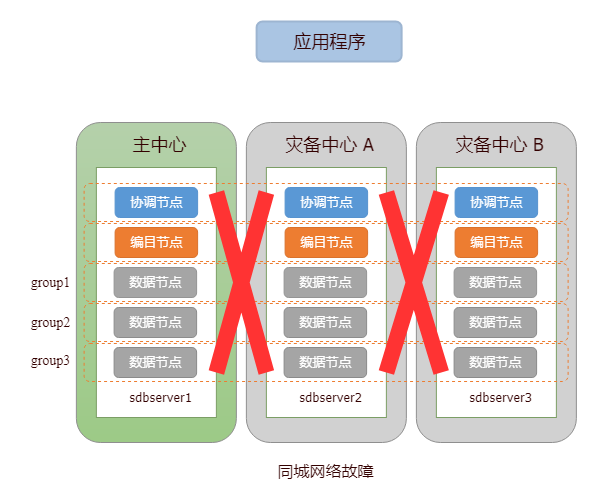
This is doc/src/images/Distributed_Engine/Maintainance/HA_DR/1c3d_network_down.png from Vivian-hihi/SequoiaDB, a draw.io export, as it was before one commit. Source tidied: cells renumbered, new cells last; positions are measured from the earlier drawing's top-left corner, leaving out a move shared by most shapes.
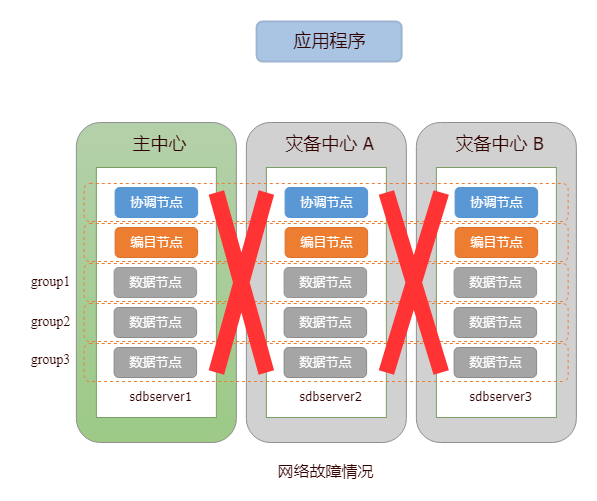
The same file after the commit.

Diff of the diagram source:
```diff
@@ -83,7 +83,7 @@
     <mxCell id="28" value="&lt;font color=&quot;#330000&quot; face=&quot;tahoma&quot; style=&quot;font-size: 18px&quot;&gt;&lt;span style=&quot;font-size: 18px&quot;&gt;&lt;span style=&quot;font-size: 18px&quot;&gt;灾备中心 B&lt;/span&gt;&lt;/span&gt;&lt;/font&gt;" style="text;html=1;align=center;verticalAlign=middle;fillColor=none;strokeColor=none;rounded=0;strokeWidth=1;fontSize=18;" parent="1" vertex="1">
       <mxGeometry x="428.6" y="108" width="100" height="30" as="geometry" />
     </mxCell>
-    <mxCell id="29" value="&lt;font color=&quot;#330000&quot;&gt;同城网络故障&lt;/font&gt;" style="text;html=1;align=center;verticalAlign=middle;fillColor=none;strokeColor=none;rounded=0;strokeWidth=1;fontSize=16;fontFamily=Tahoma;" parent="1" vertex="1">
+    <mxCell id="29" value="&lt;font color=&quot;#330000&quot;&gt;网络故障情况&lt;/font&gt;" style="text;html=1;align=center;verticalAlign=middle;fillColor=none;strokeColor=none;rounded=0;strokeWidth=1;fontSize=16;fontFamily=Tahoma;" parent="1" vertex="1">
       <mxGeometry x="249.9" y="439" width="110" height="20" as="geometry" />
     </mxCell>
     <mxCell id="30" value="&lt;font color=&quot;#330000&quot; style=&quot;font-size: 14px&quot;&gt;&lt;span style=&quot;font-size: 14px&quot;&gt;&lt;span style=&quot;font-size: 14px&quot;&gt;group1&lt;/span&gt;&lt;/span&gt;&lt;/font&gt;" style="text;html=1;align=center;verticalAlign=middle;fillColor=none;strokeColor=none;rounded=0;strokeWidth=1;fontSize=14;fontFamily=Times New Roman;fontStyle=0;" parent="1" vertex="1">
```
